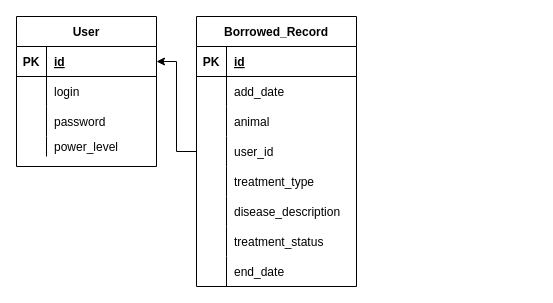
Earlier version of the draw.io diagram Schemes/ER.drawio (Daottt/PP01). Source tidied: cells renumbered, new cells numbered last; positions are measured from the earlier drawing's top-left corner, leaving out a move shared by most shapes. Both pictures are drawn from the tidied source at 100%, with x=0, y=0 at pixel (16, 16).
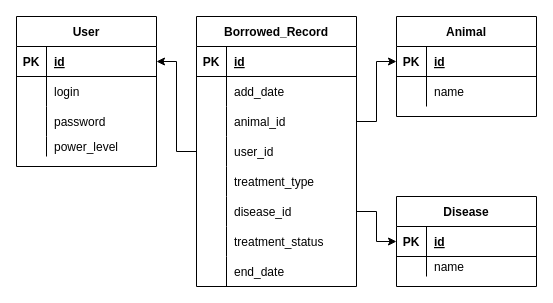
Above is the later version.

The change refers to these unchanged cells:
```xml
<mxCell id="22" style="shape=tableRow;horizontal=0;startSize=0;swimlaneHead=0;swimlaneBody=0;fillColor=none;points=[[0,0.5],[1,0.5]];portConstraint=eastwest;top=0;left=0;right=0;bottom=0;" parent="15" vertex="1">
  <mxGeometry y="90" width="160" height="30" as="geometry" />
</mxCell>
<mxCell id="31" style="shape=tableRow;horizontal=0;startSize=0;swimlaneHead=0;swimlaneBody=0;fillColor=none;points=[[0,0.5],[1,0.5]];portConstraint=eastwest;top=0;left=0;right=0;bottom=0;" parent="15" vertex="1">
  <mxGeometry y="180" width="160" height="30" as="geometry" />
</mxCell>
```

The edit, as a diff of the source:
```diff
@@
-    <mxCell id="24" value="animal" style="shape=partialRectangle;fillColor=none;top=0;left=0;bottom=0;right=0;align=left;spacingLeft=6;overflow=hidden;" parent="22" vertex="1">
+    <mxCell id="24" value="animal_id" style="shape=partialRectangle;fillColor=none;top=0;left=0;bottom=0;right=0;align=left;spacingLeft=6;overflow=hidden;" parent="22" vertex="1">
       <mxGeometry x="30" width="130" height="30" as="geometry" />
     </mxCell>
@@
-    <mxCell id="33" value="disease_description" style="shape=partialRectangle;fillColor=none;top=0;left=0;bottom=0;right=0;align=left;spacingLeft=6;overflow=hidden;" parent="31" vertex="1">
+    <mxCell id="33" value="disease_id" style="shape=partialRectangle;fillColor=none;top=0;left=0;bottom=0;right=0;align=left;spacingLeft=6;overflow=hidden;" parent="31" vertex="1">
       <mxGeometry x="30" width="130" height="30" as="geometry" />
     </mxCell>
@@
+    <mxCell id="41" value="Animal" style="shape=table;startSize=30;childLayout=tableLayout;rowLines=0;fontStyle=1;align=center;" parent="1" vertex="1">
+      <mxGeometry x="380" width="140" height="100" as="geometry" />
+    </mxCell>
+    <mxCell id="42" style="shape=tableRow;horizontal=0;startSize=0;swimlaneHead=0;swimlaneBody=0;fillColor=none;points=[[0,0.5],[1,0.5]];portConstraint=eastwest;top=0;left=0;right=0;bottom=1;" parent="41" vertex="1">
+      <mxGeometry y="30" width="140" height="30" as="geometry" />
+    </mxCell>
+    <mxCell id="43" value="PK" style="shape=partialRectangle;fillColor=none;top=0;left=0;bottom=0;right=0;fontStyle=1;overflow=hidden;" parent="42" vertex="1">
+      <mxGeometry width="30" height="30" as="geometry" />
+    </mxCell>
+    <mxCell id="44" value="id" style="shape=partialRectangle;fillColor=none;top=0;left=0;bottom=0;right=0;align=left;spacingLeft=6;fontStyle=5;overflow=hidden;" parent="42" vertex="1">
+      <mxGeometry x="30" width="110" height="30" as="geometry" />
+    </mxCell>
+    <mxCell id="45" style="shape=tableRow;horizontal=0;startSize=0;swimlaneHead=0;swimlaneBody=0;fillColor=none;top=0;left=0;right=0;bottom=0;" parent="41" vertex="1">
+      <mxGeometry y="60" width="140" height="30" as="geometry" />
+    </mxCell>
+    <mxCell id="46" style="shape=partialRectangle;fillColor=none;top=0;left=0;bottom=0;right=0;overflow=hidden;" parent="45" vertex="1">
+      <mxGeometry width="30" height="30" as="geometry" />
+    </mxCell>
+    <mxCell id="47" value="name" style="shape=partialRectangle;fillColor=none;top=0;left=0;bottom=0;right=0;align=left;spacingLeft=6;overflow=hidden;" parent="45" vertex="1">
+      <mxGeometry x="30" width="110" height="30" as="geometry" />
+    </mxCell>
+    <mxCell id="48" value="Disease" style="shape=table;startSize=30;childLayout=tableLayout;rowLines=0;fontStyle=1;align=center;" parent="1" vertex="1">
+      <mxGeometry x="380" y="180" width="140" height="90" as="geometry" />
+    </mxCell>
+    <mxCell id="49" style="shape=tableRow;horizontal=0;startSize=0;swimlaneHead=0;swimlaneBody=0;fillColor=none;points=[[0,0.5],[1,0.5]];portConstraint=eastwest;top=0;left=0;right=0;bottom=1;" parent="48" vertex="1">
+      <mxGeometry y="30" width="140" height="30" as="geometry" />
+    </mxCell>
+    <mxCell id="50" value="PK" style="shape=partialRectangle;fillColor=none;top=0;left=0;bottom=0;right=0;fontStyle=1;overflow=hidden;" parent="49" vertex="1">
+      <mxGeometry width="30" height="30" as="geometry" />
+    </mxCell>
+    <mxCell id="51" value="id" style="shape=partialRectangle;fillColor=none;top=0;left=0;bottom=0;right=0;align=left;spacingLeft=6;fontStyle=5;overflow=hidden;" parent="49" vertex="1">
+      <mxGeometry x="30" width="110" height="30" as="geometry" />
+    </mxCell>
+    <mxCell id="52" style="shape=tableRow;horizontal=0;startSize=0;swimlaneHead=0;swimlaneBody=0;fillColor=none;top=0;left=0;right=0;bottom=0;" parent="48" vertex="1">
+      <mxGeometry y="60" width="140" height="20" as="geometry" />
+    </mxCell>
+    <mxCell id="53" style="shape=partialRectangle;fillColor=none;top=0;left=0;bottom=0;right=0;overflow=hidden;" parent="52" vertex="1">
+      <mxGeometry width="30" height="20" as="geometry" />
+    </mxCell>
+    <mxCell id="54" value="name" style="shape=partialRectangle;fillColor=none;top=0;left=0;bottom=0;right=0;align=left;spacingLeft=6;overflow=hidden;" parent="52" vertex="1">
+      <mxGeometry x="30" width="110" height="20" as="geometry" />
+    </mxCell>
+    <mxCell id="55" style="edgeStyle=orthogonalEdgeStyle;rounded=0;jettySize=auto;html=1;" parent="1" edge="1" source="22" target="42">
+      <mxGeometry relative="1" as="geometry" />
+    </mxCell>
+    <mxCell id="56" style="edgeStyle=orthogonalEdgeStyle;rounded=0;jettySize=auto;html=1;" parent="1" edge="1" source="31" target="49">
+      <mxGeometry relative="1" as="geometry" />
+    </mxCell>
```
